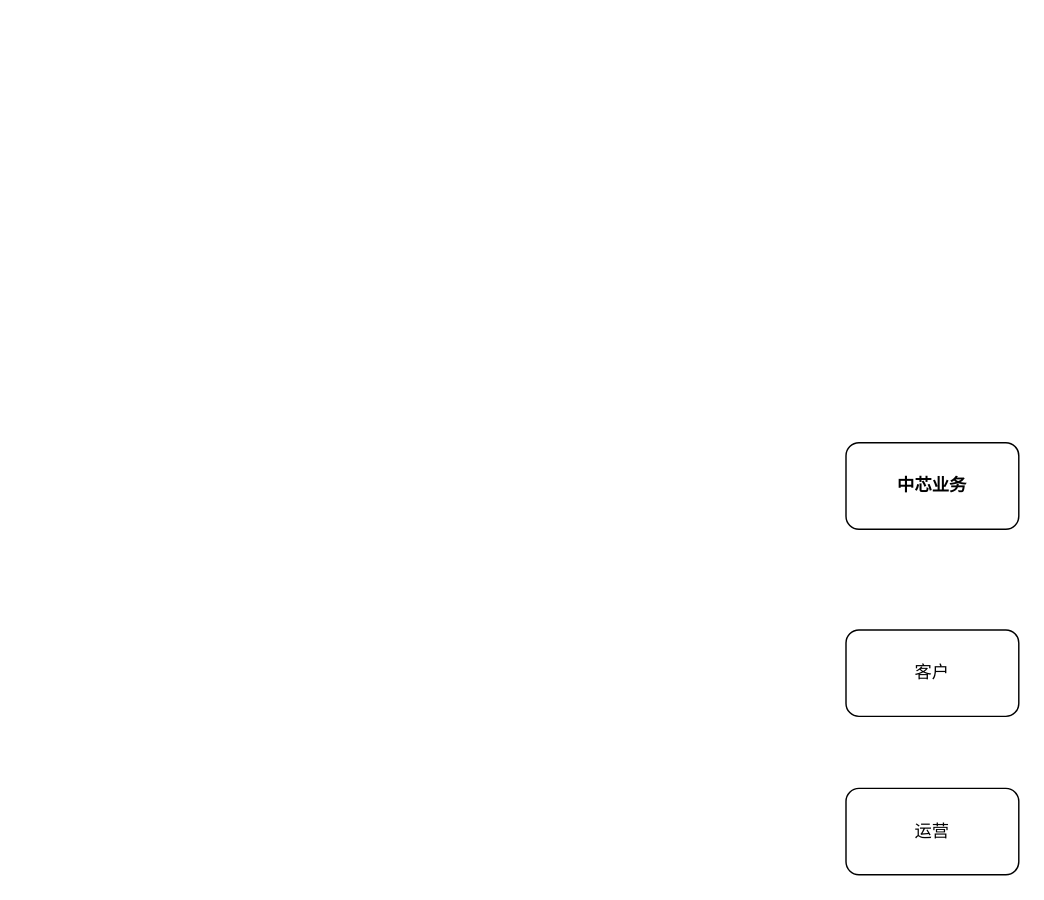
Earlier version of the draw.io diagram md/中芯供应链流程.drawio (techctu/Weki). Source tidied: cells renumbered, new cells numbered last; positions are measured from the earlier drawing's top-left corner, leaving out a move shared by most shapes. Both pictures are drawn from the tidied source at 144%, with x=0, y=0 at pixel (845, 442).
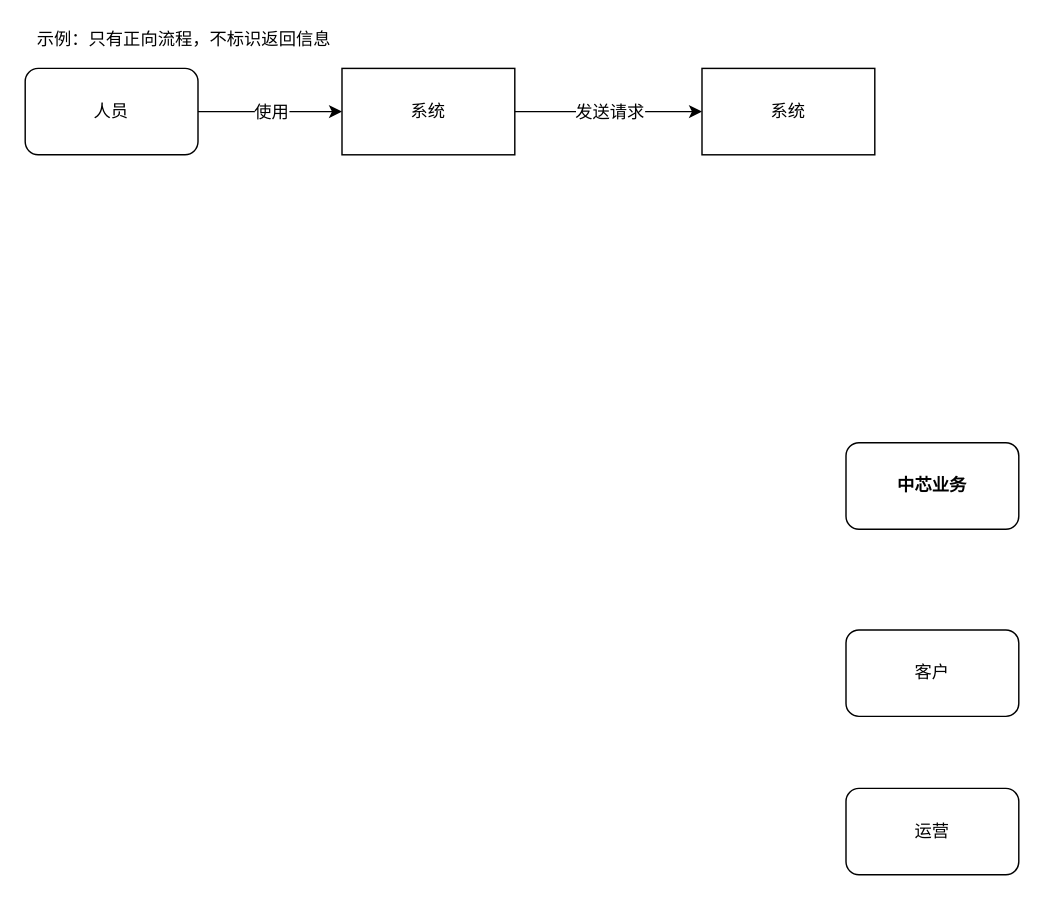
The same page after the edit.

Commit message (it also covers changes not shown here):
Update 中芯供应链流程.drawio

Diff of the diagram source:
```diff
@@
 <mxGraphModel>
   <root>
     <mxCell id="0" />
     <mxCell id="1" parent="0" />
     <mxCell id="2" value="&lt;b&gt;中芯业务&lt;/b&gt;" style="rounded=1;whiteSpace=wrap;html=1;" parent="1" vertex="1">
       <mxGeometry width="120" height="60" as="geometry" />
     </mxCell>
     <mxCell id="3" value="客户" style="rounded=1;whiteSpace=wrap;html=1;" parent="1" vertex="1">
       <mxGeometry y="130" width="120" height="60" as="geometry" />
     </mxCell>
     <mxCell id="4" value="运营" style="rounded=1;whiteSpace=wrap;html=1;" parent="1" vertex="1">
       <mxGeometry y="240" width="120" height="60" as="geometry" />
     </mxCell>
+    <mxCell id="5" value="人员" style="rounded=1;whiteSpace=wrap;html=1;" parent="1" vertex="1">
+      <mxGeometry x="-570" y="-260" width="120" height="60" as="geometry" />
+    </mxCell>
+    <mxCell id="6" style="edgeStyle=orthogonalEdgeStyle;rounded=0;jettySize=auto;html=1;" parent="1" edge="1" source="8" target="9">
+      <mxGeometry relative="1" as="geometry" />
+    </mxCell>
+    <mxCell id="7" value="发送请求&lt;br&gt;" style="text;html=1;align=center;verticalAlign=middle;labelBackgroundColor=#ffffff;" parent="6" vertex="1">
+      <mxGeometry x="-0.25" y="1" relative="1" as="geometry">
+        <mxPoint x="16" y="1" as="offset" />
+      </mxGeometry>
+    </mxCell>
+    <mxCell id="8" value="系统" style="rounded=0;whiteSpace=wrap;html=1;" parent="1" vertex="1">
+      <mxGeometry x="-350" y="-260" width="120" height="60" as="geometry" />
+    </mxCell>
+    <mxCell id="9" value="系统" style="rounded=0;whiteSpace=wrap;html=1;" parent="1" vertex="1">
+      <mxGeometry x="-100" y="-260" width="120" height="60" as="geometry" />
+    </mxCell>
+    <mxCell id="10" style="endArrow=classic;html=1;" parent="1" edge="1" source="5" target="8">
+      <mxGeometry relative="1" as="geometry" />
+    </mxCell>
+    <mxCell id="11" value="使用&lt;br&gt;" style="text;html=1;align=center;verticalAlign=middle;labelBackgroundColor=#ffffff;" parent="10" vertex="1">
+      <mxGeometry x="0.28" y="1" relative="1" as="geometry">
+        <mxPoint x="-14" y="1" as="offset" />
+      </mxGeometry>
+    </mxCell>
+    <mxCell id="12" value="示例：只有正向流程，不标识返回信息&lt;br&gt;" style="text;html=1;align=center;verticalAlign=middle;fillColor=none;strokeColor=none;rounded=0;" parent="1" vertex="1">
+      <mxGeometry x="-570" y="-290" width="220" height="20" as="geometry" />
+    </mxCell>
   </root>
 </mxGraphModel>
```
